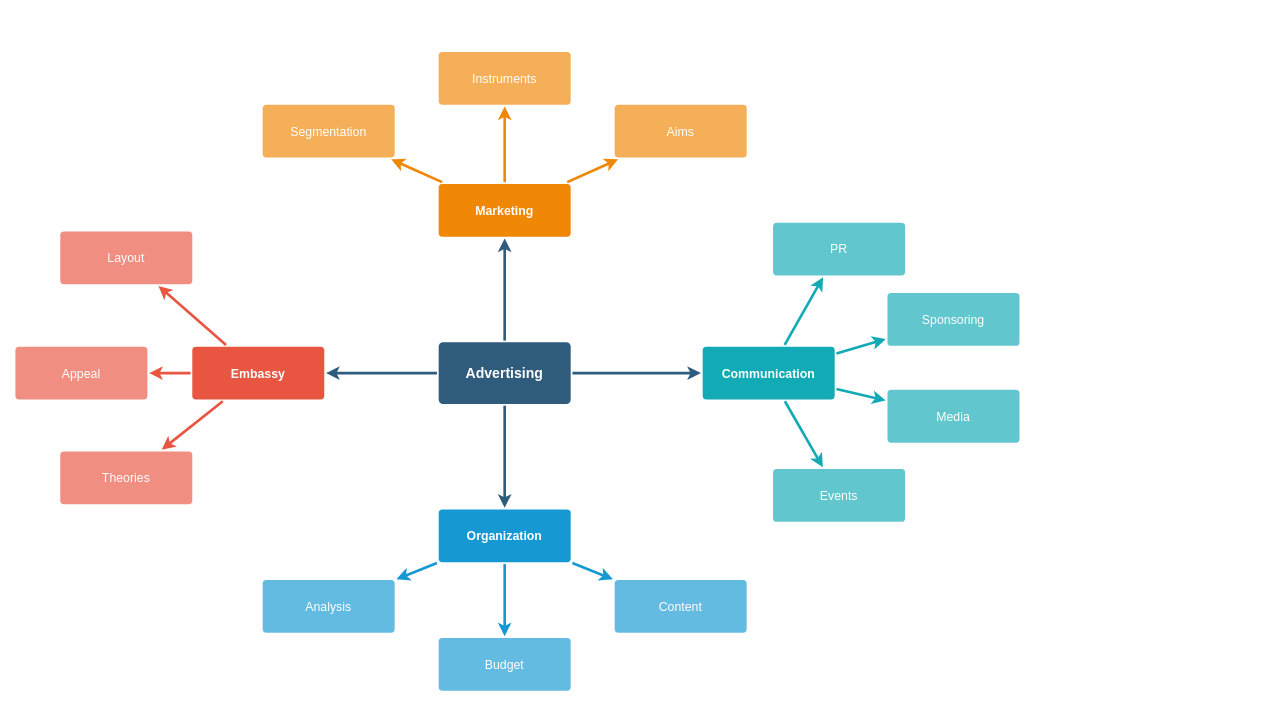
This is page "Page-1" (1 of 2) of AWS.drawio from yuecchen/SampleApps, a draw.io file, before an edit. Source tidied: cells renumbered, new cells numbered last; positions are measured from the earlier drawing's top-left corner, leaving out a move shared by most shapes. Both pictures are drawn from the tidied source at 88%, with x=0, y=0 at pixel (15, 51).
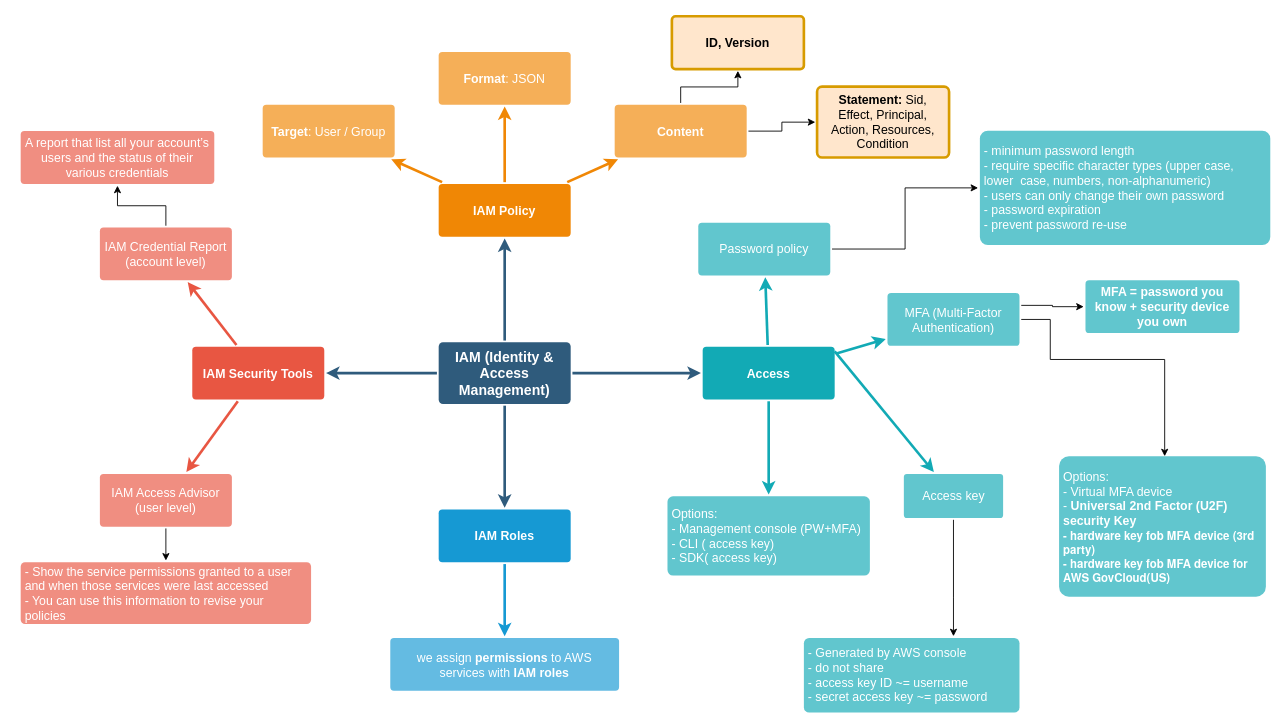
After the change.

Diff of the diagram source:
```diff
@@
-    <mxCell id="6" value="Advertising" style="rounded=1;whiteSpace=wrap;html=1;shadow=0;labelBackgroundColor=none;strokeColor=none;strokeWidth=3;fillColor=#2F5B7C;fontFamily=Helvetica;fontSize=16;fontColor=#FFFFFF;align=center;fontStyle=1;spacing=5;arcSize=7;perimeterSpacing=2;" parent="1" vertex="1">
+    <mxCell id="6" value="IAM (Identity &amp;amp; Access Management)" style="rounded=1;whiteSpace=wrap;html=1;shadow=0;labelBackgroundColor=none;strokeColor=none;strokeWidth=3;fillColor=#2F5B7C;fontFamily=Helvetica;fontSize=16;fontColor=#FFFFFF;align=center;fontStyle=1;spacing=5;arcSize=7;perimeterSpacing=2;" parent="1" vertex="1">
       <mxGeometry x="481" y="330.5" width="150" height="70" as="geometry" />
     </mxCell>
@@
-    <mxCell id="9" style="edgeStyle=none;rounded=1;jumpStyle=none;html=1;shadow=0;labelBackgroundColor=none;startArrow=none;startFill=0;jettySize=auto;strokeColor=#E85642;strokeWidth=3;fontFamily=Helvetica;fontSize=14;fontColor=#FFFFFF;spacing=5;fontStyle=1;fillColor=#b0e3e6;" parent="1" edge="1" source="10" target="11">
-      <mxGeometry relative="1" as="geometry" />
-    </mxCell>
-    <mxCell id="10" value="Embassy" style="rounded=1;whiteSpace=wrap;html=1;shadow=0;labelBackgroundColor=none;strokeColor=none;strokeWidth=3;fillColor=#e85642;fontFamily=Helvetica;fontSize=14;fontColor=#FFFFFF;align=center;spacing=5;fontStyle=1;arcSize=7;perimeterSpacing=2;" parent="1" vertex="1">
+    <mxCell id="10" value="IAM Security Tools" style="rounded=1;whiteSpace=wrap;html=1;shadow=0;labelBackgroundColor=none;strokeColor=none;strokeWidth=3;fillColor=#e85642;fontFamily=Helvetica;fontSize=14;fontColor=#FFFFFF;align=center;spacing=5;fontStyle=1;arcSize=7;perimeterSpacing=2;" parent="1" vertex="1">
       <mxGeometry x="201" y="335.5" width="150" height="60" as="geometry" />
     </mxCell>
-    <mxCell id="11" value="Theories" style="rounded=1;whiteSpace=wrap;html=1;shadow=0;labelBackgroundColor=none;strokeColor=none;strokeWidth=3;fillColor=#f08e81;fontFamily=Helvetica;fontSize=14;fontColor=#FFFFFF;align=center;spacing=5;fontStyle=0;arcSize=7;perimeterSpacing=2;" parent="1" vertex="1">
-      <mxGeometry x="51" y="454.5" width="150" height="60" as="geometry" />
-    </mxCell>
+    <mxCell id="37" style="edgeStyle=orthogonalEdgeStyle;rounded=0;jettySize=auto;html=1;" parent="1" edge="1" source="12" target="54">
+      <mxGeometry relative="1" as="geometry" />
+    </mxCell>
-    <mxCell id="12" value="Appeal" style="rounded=1;whiteSpace=wrap;html=1;shadow=0;labelBackgroundColor=none;strokeColor=none;strokeWidth=3;fillColor=#f08e81;fontFamily=Helvetica;fontSize=14;fontColor=#FFFFFF;align=center;spacing=5;fontStyle=0;arcSize=7;perimeterSpacing=2;" parent="1" vertex="1">
-      <mxGeometry y="335.5" width="150" height="60" as="geometry" />
+    <mxCell id="12" value="IAM Access Advisor (user level)" style="rounded=1;whiteSpace=wrap;html=1;shadow=0;labelBackgroundColor=none;strokeColor=none;strokeWidth=3;fillColor=#f08e81;fontFamily=Helvetica;fontSize=14;fontColor=#FFFFFF;align=center;spacing=5;fontStyle=0;arcSize=7;perimeterSpacing=2;" parent="1" vertex="1">
+      <mxGeometry x="96" y="480" width="150" height="60" as="geometry" />
     </mxCell>
+    <mxCell id="38" style="edgeStyle=orthogonalEdgeStyle;rounded=0;jettySize=auto;html=1;" parent="1" edge="1" source="13" target="53">
+      <mxGeometry relative="1" as="geometry" />
+    </mxCell>
-    <mxCell id="13" value="Layout" style="rounded=1;whiteSpace=wrap;html=1;shadow=0;labelBackgroundColor=none;strokeColor=none;strokeWidth=3;fillColor=#f08e81;fontFamily=Helvetica;fontSize=14;fontColor=#FFFFFF;align=center;spacing=5;fontStyle=0;arcSize=7;perimeterSpacing=2;" parent="1" vertex="1">
-      <mxGeometry x="51" y="204.5" width="150" height="60" as="geometry" />
+    <mxCell id="13" value="IAM Credential Report (account level)" style="rounded=1;whiteSpace=wrap;html=1;shadow=0;labelBackgroundColor=none;strokeColor=none;strokeWidth=3;fillColor=#f08e81;fontFamily=Helvetica;fontSize=14;fontColor=#FFFFFF;align=center;spacing=5;fontStyle=0;arcSize=7;perimeterSpacing=2;" parent="1" vertex="1">
+      <mxGeometry x="96" y="200" width="150" height="60" as="geometry" />
     </mxCell>
-    <mxCell id="14" style="edgeStyle=none;rounded=0;jumpStyle=none;html=1;shadow=0;labelBackgroundColor=none;startArrow=none;startFill=0;endArrow=classic;endFill=1;jettySize=auto;strokeColor=#1699D3;strokeWidth=3;fontFamily=Helvetica;fontSize=14;fontColor=#FFFFFF;spacing=5;" parent="1" edge="1" source="17" target="20">
-      <mxGeometry relative="1" as="geometry" />
-    </mxCell>
@@
-    <mxCell id="16" style="edgeStyle=none;rounded=0;jumpStyle=none;html=1;shadow=0;labelBackgroundColor=none;startArrow=none;startFill=0;endArrow=classic;endFill=1;jettySize=auto;strokeColor=#1699D3;strokeWidth=3;fontFamily=Helvetica;fontSize=14;fontColor=#FFFFFF;spacing=5;" parent="1" edge="1" source="17" target="18">
-      <mxGeometry relative="1" as="geometry" />
-    </mxCell>
-    <mxCell id="17" value="Organization" style="rounded=1;whiteSpace=wrap;html=1;shadow=0;labelBackgroundColor=none;strokeColor=none;strokeWidth=3;fillColor=#1699d3;fontFamily=Helvetica;fontSize=14;fontColor=#FFFFFF;align=center;spacing=5;fontStyle=1;arcSize=7;perimeterSpacing=2;" parent="1" vertex="1">
+    <mxCell id="17" value="IAM Roles" style="rounded=1;whiteSpace=wrap;html=1;shadow=0;labelBackgroundColor=none;strokeColor=none;strokeWidth=3;fillColor=#1699d3;fontFamily=Helvetica;fontSize=14;fontColor=#FFFFFF;align=center;spacing=5;fontStyle=1;arcSize=7;perimeterSpacing=2;" parent="1" vertex="1">
       <mxGeometry x="481" y="520.5" width="150" height="60" as="geometry" />
     </mxCell>
-    <mxCell id="18" value="Content" style="rounded=1;whiteSpace=wrap;html=1;shadow=0;labelBackgroundColor=none;strokeColor=none;strokeWidth=3;fillColor=#64bbe2;fontFamily=Helvetica;fontSize=14;fontColor=#FFFFFF;align=center;spacing=5;arcSize=7;perimeterSpacing=2;" parent="1" vertex="1">
-      <mxGeometry x="681" y="600.5" width="150" height="60" as="geometry" />
-    </mxCell>
-    <mxCell id="19" value="Budget" style="rounded=1;whiteSpace=wrap;html=1;shadow=0;labelBackgroundColor=none;strokeColor=none;strokeWidth=3;fillColor=#64bbe2;fontFamily=Helvetica;fontSize=14;fontColor=#FFFFFF;align=center;spacing=5;arcSize=7;perimeterSpacing=2;" parent="1" vertex="1">
-      <mxGeometry x="481" y="666.5" width="150" height="60" as="geometry" />
+    <mxCell id="19" value="&lt;span lang=&quot;en-US&quot;&gt;we assign &lt;/span&gt;&lt;span style=&quot;font-weight:bold&quot; lang=&quot;zh-CN&quot;&gt;permissions&lt;/span&gt;&lt;span lang=&quot;en-US&quot;&gt; to AWS services with&lt;/span&gt;&lt;span style=&quot;font-weight:bold&quot; lang=&quot;zh-CN&quot;&gt; IAM roles&lt;/span&gt;" style="rounded=1;whiteSpace=wrap;html=1;shadow=0;labelBackgroundColor=none;strokeColor=none;strokeWidth=3;fillColor=#64bbe2;fontFamily=Helvetica;fontSize=14;fontColor=#FFFFFF;align=center;spacing=5;arcSize=7;perimeterSpacing=2;" parent="1" vertex="1">
+      <mxGeometry x="426" y="666.5" width="260" height="60" as="geometry" />
     </mxCell>
-    <mxCell id="20" value="Analysis" style="rounded=1;whiteSpace=wrap;html=1;shadow=0;labelBackgroundColor=none;strokeColor=none;strokeWidth=3;fillColor=#64bbe2;fontFamily=Helvetica;fontSize=14;fontColor=#FFFFFF;align=center;spacing=5;arcSize=7;perimeterSpacing=2;" parent="1" vertex="1">
-      <mxGeometry x="281" y="600.5" width="150" height="60" as="geometry" />
-    </mxCell>
-    <mxCell id="21" value="Marketing" style="rounded=1;whiteSpace=wrap;html=1;shadow=0;labelBackgroundColor=none;strokeColor=none;strokeWidth=3;fillColor=#F08705;fontFamily=Helvetica;fontSize=14;fontColor=#FFFFFF;align=center;spacing=5;fontStyle=1;arcSize=7;perimeterSpacing=2;" parent="1" vertex="1">
+    <mxCell id="21" value="IAM Policy" style="rounded=1;whiteSpace=wrap;html=1;shadow=0;labelBackgroundColor=none;strokeColor=none;strokeWidth=3;fillColor=#F08705;fontFamily=Helvetica;fontSize=14;fontColor=#FFFFFF;align=center;spacing=5;fontStyle=1;arcSize=7;perimeterSpacing=2;" parent="1" vertex="1">
       <mxGeometry x="481" y="150.5" width="150" height="60" as="geometry" />
     </mxCell>
+    <mxCell id="39" style="edgeStyle=orthogonalEdgeStyle;rounded=0;jettySize=auto;html=1;" parent="1" edge="1" source="22" target="44">
+      <mxGeometry relative="1" as="geometry" />
+    </mxCell>
+    <mxCell id="40" style="edgeStyle=orthogonalEdgeStyle;rounded=0;jettySize=auto;html=1;" parent="1" edge="1" source="22" target="45">
+      <mxGeometry relative="1" as="geometry" />
+    </mxCell>
-    <mxCell id="22" value="Aims&lt;br&gt;" style="rounded=1;whiteSpace=wrap;html=1;shadow=0;labelBackgroundColor=none;strokeColor=none;strokeWidth=3;fillColor=#f5af58;fontFamily=Helvetica;fontSize=14;fontColor=#FFFFFF;align=center;spacing=5;arcSize=7;perimeterSpacing=2;" parent="1" vertex="1">
+    <mxCell id="22" value="Content" style="rounded=1;whiteSpace=wrap;html=1;shadow=0;labelBackgroundColor=none;strokeColor=none;strokeWidth=3;fillColor=#f5af58;fontFamily=Helvetica;fontSize=14;fontColor=#FFFFFF;align=center;spacing=5;arcSize=7;perimeterSpacing=2;fontStyle=1;" parent="1" vertex="1">
       <mxGeometry x="681" y="60.5" width="150" height="60" as="geometry" />
     </mxCell>
@@
-    <mxCell id="24" value="Instruments" style="rounded=1;whiteSpace=wrap;html=1;shadow=0;labelBackgroundColor=none;strokeColor=none;strokeWidth=3;fillColor=#f5af58;fontFamily=Helvetica;fontSize=14;fontColor=#FFFFFF;align=center;spacing=5;arcSize=7;perimeterSpacing=2;" parent="1" vertex="1">
+    <mxCell id="24" value="&lt;b&gt;Format&lt;/b&gt;: JSON" style="rounded=1;whiteSpace=wrap;html=1;shadow=0;labelBackgroundColor=none;strokeColor=none;strokeWidth=3;fillColor=#f5af58;fontFamily=Helvetica;fontSize=14;fontColor=#FFFFFF;align=center;spacing=5;arcSize=7;perimeterSpacing=2;" parent="1" vertex="1">
       <mxGeometry x="481" y="0.5" width="150" height="60" as="geometry" />
     </mxCell>
@@
-    <mxCell id="26" value="Segmentation" style="rounded=1;whiteSpace=wrap;html=1;shadow=0;labelBackgroundColor=none;strokeColor=none;strokeWidth=3;fillColor=#f5af58;fontFamily=Helvetica;fontSize=14;fontColor=#FFFFFF;align=center;spacing=5;arcSize=7;perimeterSpacing=2;" parent="1" vertex="1">
+    <mxCell id="26" value="&lt;b&gt;Target&lt;/b&gt;: User / Group" style="rounded=1;whiteSpace=wrap;html=1;shadow=0;labelBackgroundColor=none;strokeColor=none;strokeWidth=3;fillColor=#f5af58;fontFamily=Helvetica;fontSize=14;fontColor=#FFFFFF;align=center;spacing=5;arcSize=7;perimeterSpacing=2;" parent="1" vertex="1">
       <mxGeometry x="281" y="60.5" width="150" height="60" as="geometry" />
     </mxCell>
@@
-    <mxCell id="28" value="Communication" style="rounded=1;whiteSpace=wrap;html=1;shadow=0;labelBackgroundColor=none;strokeColor=none;strokeWidth=3;fillColor=#12aab5;fontFamily=Helvetica;fontSize=14;fontColor=#FFFFFF;align=center;spacing=5;fontStyle=1;arcSize=7;perimeterSpacing=2;" parent="1" vertex="1">
+    <mxCell id="28" value="Access" style="rounded=1;whiteSpace=wrap;html=1;shadow=0;labelBackgroundColor=none;strokeColor=none;strokeWidth=3;fillColor=#12aab5;fontFamily=Helvetica;fontSize=14;fontColor=#FFFFFF;align=center;spacing=5;fontStyle=1;arcSize=7;perimeterSpacing=2;" parent="1" vertex="1">
       <mxGeometry x="781" y="335.5" width="150" height="60" as="geometry" />
     </mxCell>
-    <mxCell id="29" value="Events" style="rounded=1;whiteSpace=wrap;html=1;shadow=0;labelBackgroundColor=none;strokeColor=none;strokeWidth=3;fillColor=#61c6ce;fontFamily=Helvetica;fontSize=14;fontColor=#FFFFFF;align=center;spacing=5;fontStyle=0;arcSize=7;perimeterSpacing=2;" parent="1" vertex="1">
-      <mxGeometry x="861" y="474.5" width="150" height="60" as="geometry" />
-    </mxCell>
-    <mxCell id="30" style="edgeStyle=none;rounded=1;jumpStyle=none;html=1;shadow=0;labelBackgroundColor=none;startArrow=none;startFill=0;jettySize=auto;strokeColor=#12AAB5;strokeWidth=3;fontFamily=Helvetica;fontSize=14;fontColor=#FFFFFF;spacing=5;fontStyle=1;fillColor=#b0e3e6;" parent="1" edge="1" source="28" target="29">
-      <mxGeometry relative="1" as="geometry" />
-    </mxCell>
-    <mxCell id="31" value="Media" style="rounded=1;whiteSpace=wrap;html=1;shadow=0;labelBackgroundColor=none;strokeColor=none;strokeWidth=3;fillColor=#61c6ce;fontFamily=Helvetica;fontSize=14;fontColor=#FFFFFF;align=center;spacing=5;fontStyle=0;arcSize=7;perimeterSpacing=2;" parent="1" vertex="1">
-      <mxGeometry x="991" y="384.5" width="150" height="60" as="geometry" />
+    <mxCell id="31" value="&lt;div align=&quot;left&quot;&gt;Options:&lt;/div&gt;&lt;div align=&quot;left&quot;&gt;- Management console (PW+MFA)&lt;br&gt;&lt;/div&gt;&lt;div align=&quot;left&quot;&gt;- CLI ( access key)&lt;br&gt;&lt;/div&gt;&lt;div align=&quot;left&quot;&gt;- SDK( access key)&lt;/div&gt;" style="rounded=1;whiteSpace=wrap;html=1;shadow=0;labelBackgroundColor=none;strokeColor=none;strokeWidth=3;fillColor=#61c6ce;fontFamily=Helvetica;fontSize=14;fontColor=#FFFFFF;align=left;spacing=5;fontStyle=0;arcSize=7;perimeterSpacing=2;" parent="1" vertex="1">
+      <mxGeometry x="741" y="505.5" width="230" height="90" as="geometry" />
     </mxCell>
@@
+    <mxCell id="41" style="edgeStyle=orthogonalEdgeStyle;rounded=0;jettySize=auto;html=1;exitX=1;exitY=0.25;exitDx=0;exitDy=0;" parent="1" edge="1" source="33" target="47">
+      <mxGeometry relative="1" as="geometry" />
+    </mxCell>
+    <mxCell id="42" style="edgeStyle=orthogonalEdgeStyle;rounded=0;jettySize=auto;html=1;exitX=1;exitY=0.5;exitDx=0;exitDy=0;" parent="1" edge="1" source="33" target="48">
+      <mxGeometry relative="1" as="geometry">
+        <Array as="points">
+          <mxPoint x="1176" y="305" />
+          <mxPoint x="1176" y="350" />
+          <mxPoint x="1306" y="350" />
+        </Array>
+      </mxGeometry>
+    </mxCell>
-    <mxCell id="33" value="Sponsoring" style="rounded=1;whiteSpace=wrap;html=1;shadow=0;labelBackgroundColor=none;strokeColor=none;strokeWidth=3;fillColor=#61c6ce;fontFamily=Helvetica;fontSize=14;fontColor=#FFFFFF;align=center;spacing=5;fontStyle=0;arcSize=7;perimeterSpacing=2;" parent="1" vertex="1">
+    <mxCell id="33" value="MFA (Multi-Factor Authentication)" style="rounded=1;whiteSpace=wrap;html=1;shadow=0;labelBackgroundColor=none;strokeColor=none;strokeWidth=3;fillColor=#61c6ce;fontFamily=Helvetica;fontSize=14;fontColor=#FFFFFF;align=center;spacing=5;fontStyle=0;arcSize=7;perimeterSpacing=2;" parent="1" vertex="1">
       <mxGeometry x="991" y="274.5" width="150" height="60" as="geometry" />
     </mxCell>
@@
+    <mxCell id="43" style="edgeStyle=orthogonalEdgeStyle;rounded=0;jettySize=auto;html=1;" parent="1" edge="1" source="35" target="46">
+      <mxGeometry relative="1" as="geometry" />
+    </mxCell>
-    <mxCell id="35" value="PR" style="rounded=1;whiteSpace=wrap;html=1;shadow=0;labelBackgroundColor=none;strokeColor=none;strokeWidth=3;fillColor=#61c6ce;fontFamily=Helvetica;fontSize=14;fontColor=#FFFFFF;align=center;spacing=5;fontStyle=0;arcSize=7;perimeterSpacing=2;" parent="1" vertex="1">
-      <mxGeometry x="861" y="194.5" width="150" height="60" as="geometry" />
+    <mxCell id="35" value="Password policy" style="rounded=1;whiteSpace=wrap;html=1;shadow=0;labelBackgroundColor=none;strokeColor=none;strokeWidth=3;fillColor=#61c6ce;fontFamily=Helvetica;fontSize=14;fontColor=#FFFFFF;align=center;spacing=5;fontStyle=0;arcSize=7;perimeterSpacing=2;" parent="1" vertex="1">
+      <mxGeometry x="776" y="194.5" width="150" height="60" as="geometry" />
     </mxCell>
@@
+    <mxCell id="44" value="ID, Version" style="rounded=1;whiteSpace=wrap;html=1;shadow=0;labelBackgroundColor=none;strokeColor=#d79b00;strokeWidth=3;fillColor=#ffe6cc;fontFamily=Helvetica;fontSize=14;align=center;spacing=5;arcSize=7;perimeterSpacing=2;fontStyle=1;" parent="1" vertex="1">
+      <mxGeometry x="746" y="-40" width="150" height="60" as="geometry" />
+    </mxCell>
+    <mxCell id="45" value="Statement: &lt;span style=&quot;font-weight: normal;&quot;&gt;Sid, Effect, Principal, Action, Resources, Condition&lt;/span&gt;" style="rounded=1;whiteSpace=wrap;html=1;shadow=0;labelBackgroundColor=none;strokeColor=#d79b00;strokeWidth=3;fillColor=#ffe6cc;fontFamily=Helvetica;fontSize=14;align=center;spacing=5;arcSize=7;perimeterSpacing=2;fontStyle=1;" parent="1" vertex="1">
+      <mxGeometry x="911" y="40" width="150" height="80.5" as="geometry" />
+    </mxCell>
+    <mxCell id="46" value="&lt;div align=&quot;left&quot;&gt;- minimum password length&lt;/div&gt;&lt;div align=&quot;left&quot;&gt;- require specific character types (upper case, lower&amp;nbsp; case, numbers, non-alphanumeric)&lt;/div&gt;&lt;div align=&quot;left&quot;&gt;- users can only change their own password&lt;/div&gt;&lt;div align=&quot;left&quot;&gt;- password expiration&lt;/div&gt;&lt;div align=&quot;left&quot;&gt;- prevent password re-use&lt;br&gt;&lt;/div&gt;" style="rounded=1;whiteSpace=wrap;html=1;shadow=0;labelBackgroundColor=none;strokeColor=none;strokeWidth=3;fillColor=#61c6ce;fontFamily=Helvetica;fontSize=14;fontColor=#FFFFFF;align=left;spacing=5;fontStyle=0;arcSize=7;perimeterSpacing=2;" parent="1" vertex="1">
+      <mxGeometry x="1096" y="90" width="330" height="130" as="geometry" />
+    </mxCell>
+    <mxCell id="47" value="&lt;span style=&quot;font-weight:bold&quot;&gt;MFA = password you know + security device you own&lt;/span&gt;" style="rounded=1;whiteSpace=wrap;html=1;shadow=0;labelBackgroundColor=none;strokeColor=none;strokeWidth=3;fillColor=#61c6ce;fontFamily=Helvetica;fontSize=14;fontColor=#FFFFFF;align=center;spacing=5;fontStyle=0;arcSize=7;perimeterSpacing=2;" parent="1" vertex="1">
+      <mxGeometry x="1216" y="260" width="175" height="60" as="geometry" />
+    </mxCell>
+    <mxCell id="48" value="&lt;div align=&quot;left&quot;&gt;Options:&lt;/div&gt;&lt;div align=&quot;left&quot;&gt;- Virtual MFA device&lt;/div&gt;&lt;div align=&quot;left&quot;&gt;-&lt;span style=&quot;font-weight:bold&quot;&gt; Universal 2nd Factor (U2F) security Key&lt;/span&gt;&lt;p style=&quot;margin:0in;font-family:&amp;quot;Helvetica Neue&amp;quot;;font-size:9.75pt&quot;&gt;&lt;span style=&quot;font-weight:bold&quot;&gt;- hardware key fob MFA device (3rd party)&lt;/span&gt;&lt;/p&gt;&lt;p style=&quot;margin:0in;font-family:&amp;quot;Helvetica Neue&amp;quot;;font-size:9.75pt&quot;&gt;&lt;span style=&quot;font-weight:bold&quot;&gt;- &lt;/span&gt;&lt;span style=&quot;font-weight:bold&quot;&gt;hardware key fob MFA device for AWS GovCloud(US)&lt;br&gt;&lt;/span&gt;&lt;/p&gt;&lt;/div&gt;" style="whiteSpace=wrap;html=1;fontSize=14;fillColor=#61c6ce;strokeColor=none;fontColor=#FFFFFF;rounded=1;shadow=0;labelBackgroundColor=none;strokeWidth=3;spacing=5;fontStyle=0;arcSize=7;align=left;" parent="1" vertex="1">
+      <mxGeometry x="1186" y="460" width="235" height="159.5" as="geometry" />
+    </mxCell>
+    <mxCell id="49" style="edgeStyle=orthogonalEdgeStyle;rounded=0;jettySize=auto;html=1;exitX=0.5;exitY=1;exitDx=0;exitDy=0;" parent="1" edge="1" source="50" target="52">
+      <mxGeometry relative="1" as="geometry">
+        <Array as="points">
+          <mxPoint x="1066" y="620" />
+          <mxPoint x="1066" y="620" />
+        </Array>
+      </mxGeometry>
+    </mxCell>
+    <mxCell id="50" value="&lt;div align=&quot;center&quot;&gt;Access key&lt;br&gt;&lt;/div&gt;" style="rounded=1;whiteSpace=wrap;html=1;shadow=0;labelBackgroundColor=none;strokeColor=none;strokeWidth=3;fillColor=#61c6ce;fontFamily=Helvetica;fontSize=14;fontColor=#FFFFFF;align=center;spacing=5;fontStyle=0;arcSize=7;perimeterSpacing=2;" parent="1" vertex="1">
+      <mxGeometry x="1009.6" y="480" width="112.8" height="50.2" as="geometry" />
+    </mxCell>
+    <mxCell id="51" style="edgeStyle=none;rounded=1;jumpStyle=none;html=1;shadow=0;labelBackgroundColor=none;startArrow=none;startFill=0;jettySize=auto;strokeColor=#12AAB5;strokeWidth=3;fontFamily=Helvetica;fontSize=14;fontColor=#FFFFFF;spacing=5;fontStyle=1;fillColor=#b0e3e6;exitX=1;exitY=0.75;exitDx=0;exitDy=0;" parent="1" edge="1" target="50">
+      <mxGeometry relative="1" as="geometry">
+        <mxPoint x="931" y="340.8" as="sourcePoint" />
+      </mxGeometry>
+    </mxCell>
+    <mxCell id="52" value="&lt;div align=&quot;left&quot;&gt;- Generated by AWS console&lt;/div&gt;&lt;div align=&quot;left&quot;&gt;- do not share&lt;br&gt;&lt;/div&gt;&lt;div align=&quot;left&quot;&gt;- access key ID ~= username&lt;br&gt;- secret access key ~= password&lt;br&gt;&lt;/div&gt;" style="rounded=1;whiteSpace=wrap;html=1;shadow=0;labelBackgroundColor=none;strokeColor=none;strokeWidth=3;fillColor=#61c6ce;fontFamily=Helvetica;fontSize=14;fontColor=#FFFFFF;align=left;spacing=5;fontStyle=0;arcSize=7;perimeterSpacing=2;" parent="1" vertex="1">
+      <mxGeometry x="896" y="666.5" width="245" height="84.8" as="geometry" />
+    </mxCell>
+    <mxCell id="53" value="A report that list all your account’s users and the status of their various credentials" style="rounded=1;whiteSpace=wrap;html=1;shadow=0;labelBackgroundColor=none;strokeColor=none;strokeWidth=3;fillColor=#f08e81;fontFamily=Helvetica;fontSize=14;fontColor=#FFFFFF;align=center;spacing=5;fontStyle=0;arcSize=7;perimeterSpacing=2;" parent="1" vertex="1">
+      <mxGeometry x="6" y="90.5" width="220" height="60" as="geometry" />
+    </mxCell>
+    <mxCell id="54" value="&lt;div align=&quot;left&quot;&gt;- Show the service permissions granted to a user and when those services were last accessed&lt;br&gt;- You can use this information to revise your policies&lt;/div&gt;" style="rounded=1;whiteSpace=wrap;html=1;shadow=0;labelBackgroundColor=none;strokeColor=none;strokeWidth=3;fillColor=#f08e81;fontFamily=Helvetica;fontSize=14;fontColor=#FFFFFF;align=left;spacing=5;fontStyle=0;arcSize=7;perimeterSpacing=2;" parent="1" vertex="1">
+      <mxGeometry x="6" y="580.5" width="330" height="70" as="geometry" />
+    </mxCell>
```
